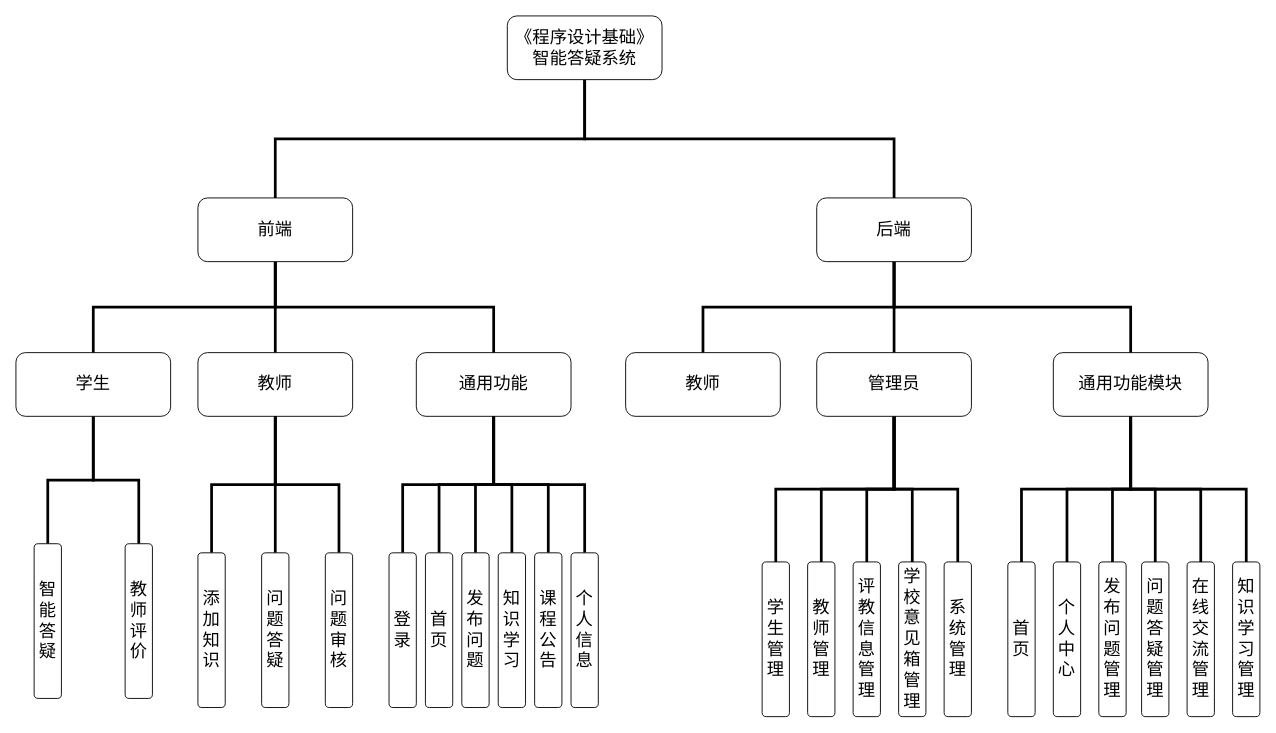
Above: 系统结构图.drawio in ov0-0vo/1 (draw.io), before the change. Source tidied: cells renumbered, new cells numbered last; positions are measured from the earlier drawing's top-left corner, leaving out a move shared by most shapes. Both pictures are drawn from the tidied source at 91%, with x=0, y=0 at pixel (15, 15).
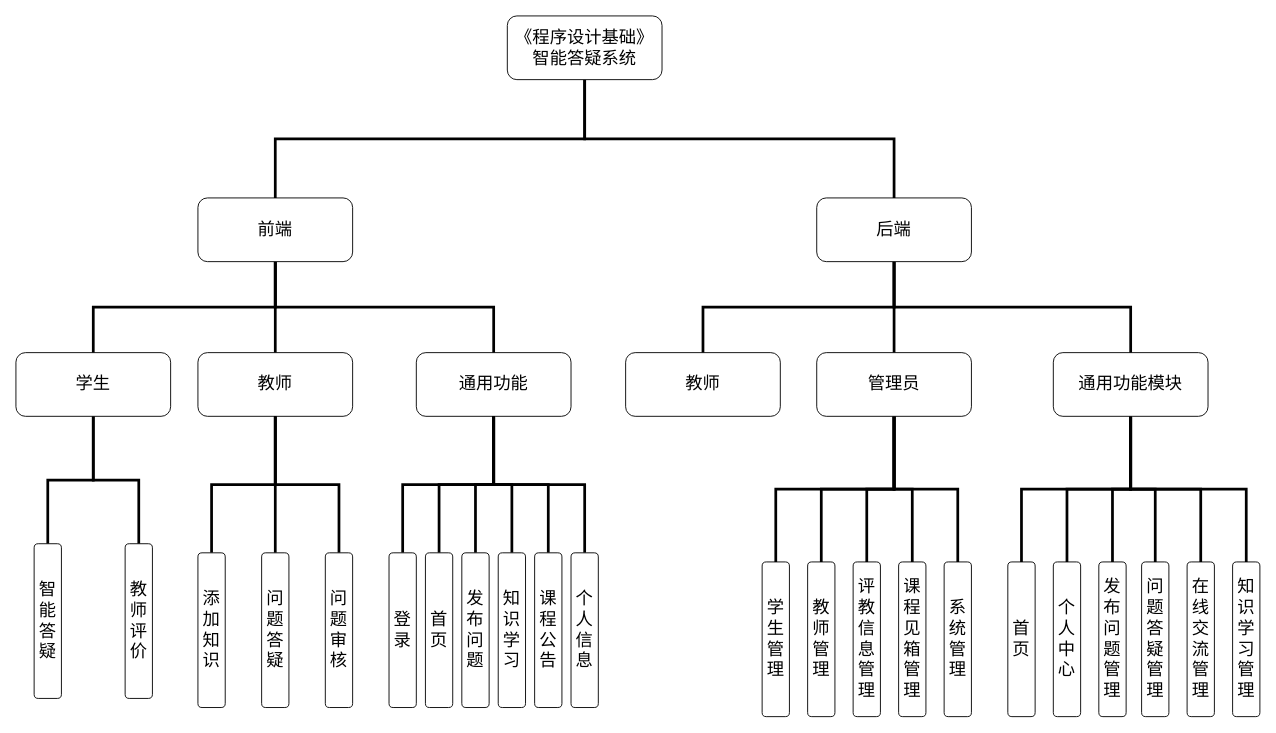
After the change.

Commit message (it also covers changes not shown here):
更新系统结构图.drawio

What changed in the source:
```diff
@@
-    <mxCell id="54" value="学校意见箱管理" style="rounded=1;fontSize=19;fontFamily=Times New Roman;flipV=0;flipH=0;direction=west;whiteSpace=wrap;html=1;horizontal=1;" parent="1" vertex="1">
+    <mxCell id="54" value="课程见箱管理" style="rounded=1;fontSize=19;fontFamily=Times New Roman;flipV=0;flipH=0;direction=west;whiteSpace=wrap;html=1;horizontal=1;" parent="1" vertex="1">
       <mxGeometry x="970" y="600" width="30" height="170" as="geometry" />
     </mxCell>
```
